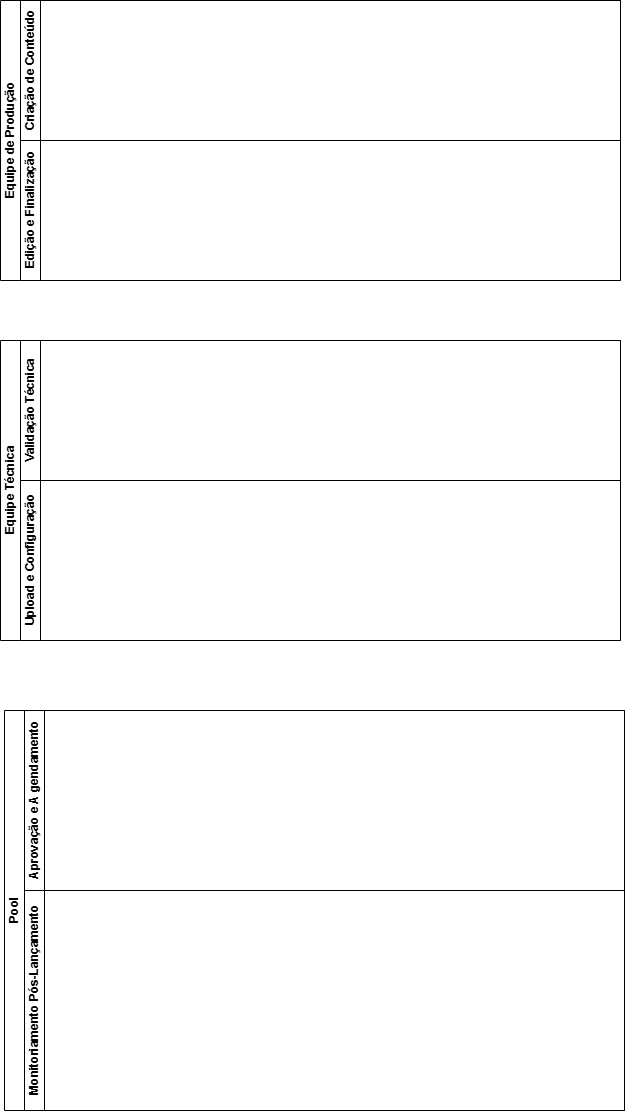
Earlier version of the draw.io export Diagrama 2.0.drawio.png (Andynlx01/fluxograma.aprensa-o). Source tidied: cells renumbered, new cells last; positions are measured from the earlier drawing's top-left corner, leaving out a move shared by most shapes.
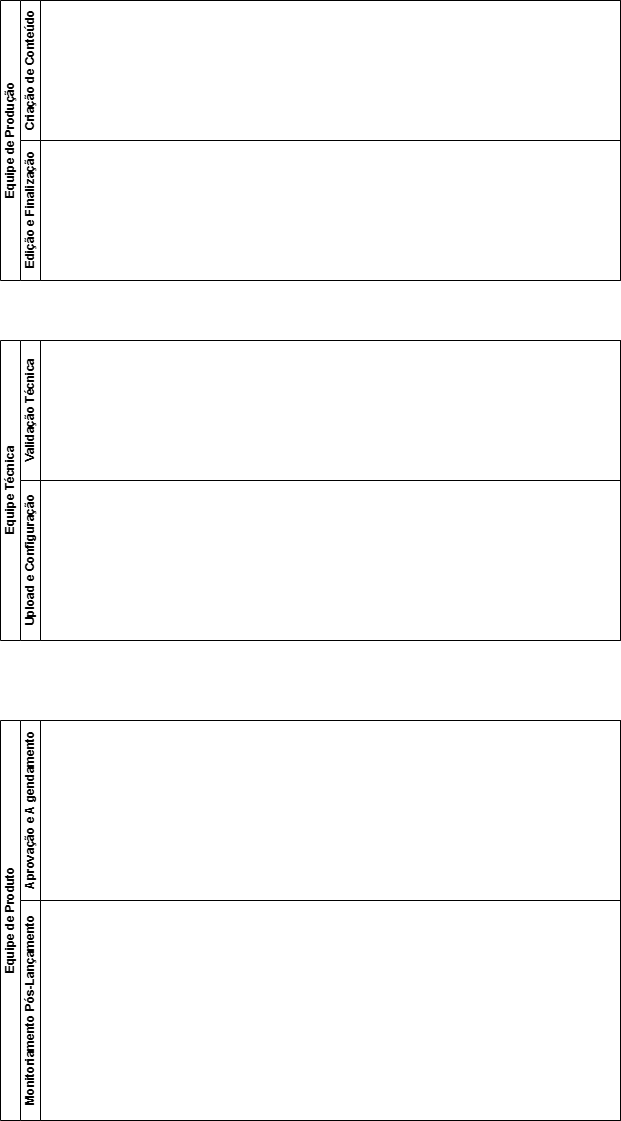
The same diagram one commit later.

The edit, as a diff of the source:
```diff
@@ -20,8 +20,8 @@
     <mxCell id="7" value="Upload e Configuração" style="swimlane;startSize=20;horizontal=0;html=1;" parent="5" vertex="1">
       <mxGeometry x="20" y="140" width="600" height="160" as="geometry" />
     </mxCell>
-    <mxCell id="8" value="Pool" style="swimlane;horizontal=0;startSize=20;html=1;" parent="1" vertex="1">
-      <mxGeometry x="4" y="710" width="620" height="400" as="geometry" />
+    <mxCell id="8" value="Equipe de Produto" style="swimlane;horizontal=0;startSize=20;html=1;" parent="1" vertex="1">
+      <mxGeometry y="720" width="620" height="400" as="geometry" />
     </mxCell>
     <mxCell id="9" value="Aprovação e A gendamento" style="swimlane;startSize=20;horizontal=0;html=1;" parent="8" vertex="1">
       <mxGeometry x="20" width="600" height="180" as="geometry" />
```
